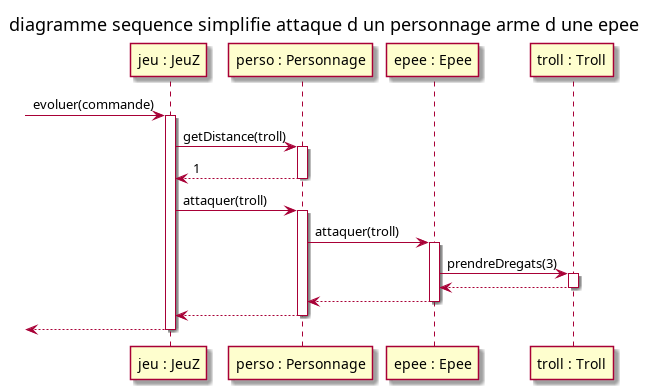
Before: documents/version_5/Sequence_attaque_jeu.png, a diagram exported from PlantUML (Alex-Michelet/2021_COO_Zeldiablo_Cordurie_Sacquard_Michelet_Kone_Becker).
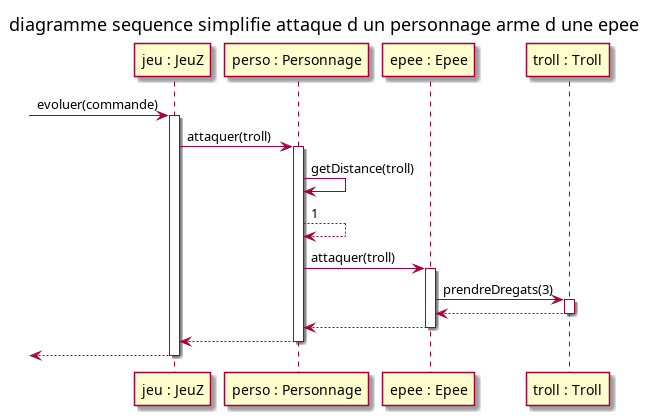
The same diagram one commit later.

Commit message:
Correction diagramme sequence attaque

The edit, as a diff of the source:
```diff
@@ -10,14 +10,12 @@
 [-> jeu : evoluer(commande)
 activate jeu
 
-jeu -> perso: getDistance(troll)
+jeu -> perso: attaquer(troll)
 activate perso
 
-perso --> jeu : 1
-deactivate perso
+perso -> perso : getDistance(troll)
 
-jeu -> perso : attaquer(troll)
-activate perso
+perso --> perso : 1
 
 perso -> epee : attaquer(troll)
 activate epee
```
